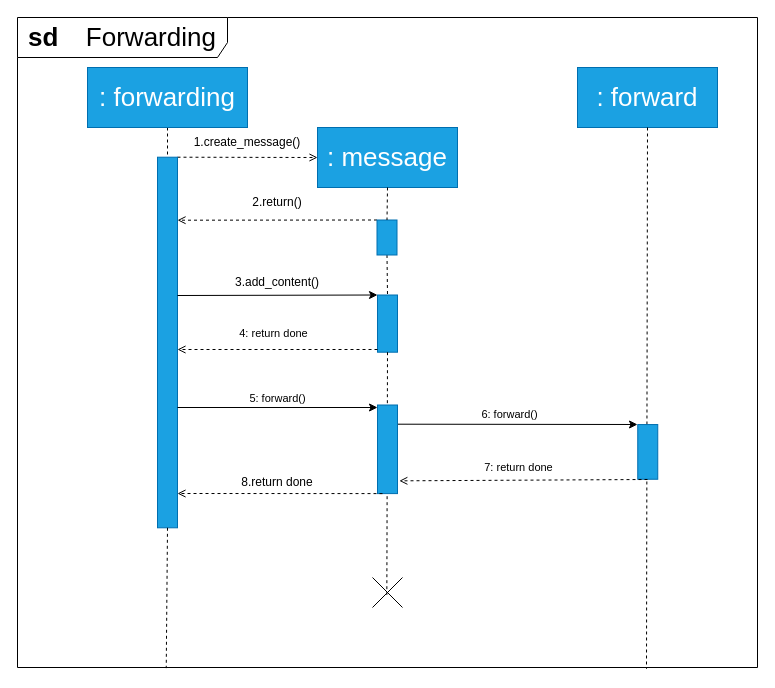
Above: Documentation/Interaction Diagram/forwarding ID.drawio in Darrenchenn/Model-based-software-design (draw.io), before the change. Source tidied: cells renumbered, new cells numbered last; positions are measured from the earlier drawing's top-left corner, leaving out a move shared by most shapes. Both pictures are drawn from the tidied source at 100%, with x=0, y=0 at pixel (-18, 17).
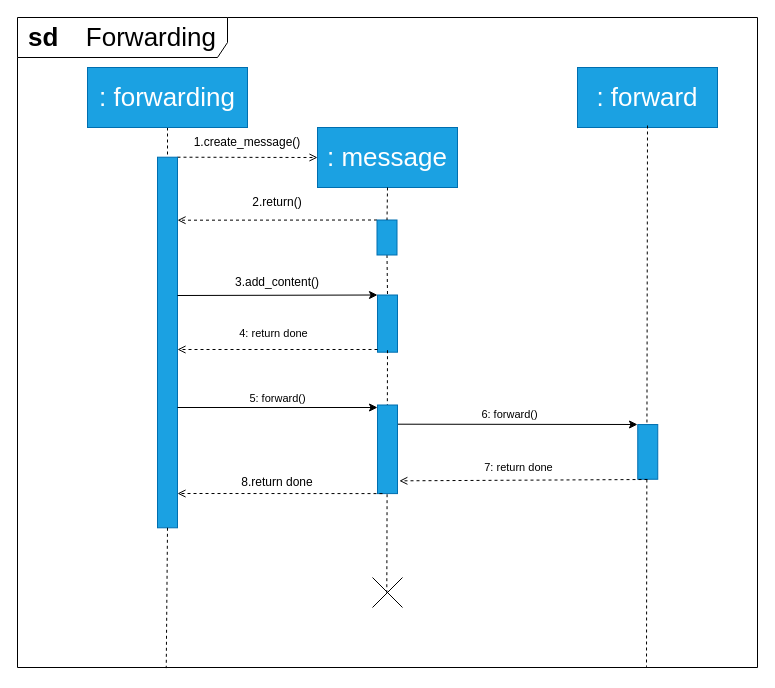
The same diagram, later.

Commit message (it also covers changes not shown here):
upload interaction diagram pdf version

Unchanged cells that the change refers to:
```xml
<mxCell id="2" value="&lt;font style=&quot;font-size: 26px;&quot;&gt;&lt;b style=&quot;&quot;&gt;sd&lt;/b&gt;&amp;nbsp;&lt;span style=&quot;white-space: pre;&quot;&gt;&#9;&lt;/span&gt;Forwarding&lt;/font&gt;" style="shape=umlFrame;whiteSpace=wrap;html=1;width=210;fillColor=none;fontColor=#000000;strokeColor=#000000;height=40;" parent="1" vertex="1">
  <mxGeometry x="35" width="740" height="650" as="geometry" />
</mxCell>
<mxCell id="7" value=": forward" style="rounded=0;whiteSpace=wrap;html=1;fillColor=#1ba1e2;fontColor=#ffffff;strokeColor=#006EAF;fontSize=26;" parent="2" vertex="1">
  <mxGeometry x="560" y="50" width="140" height="60" as="geometry" />
</mxCell>
<mxCell id="10" style="rounded=0;whiteSpace=wrap;html=1;rotation=90;fillColor=#1ba1e2;fontColor=#ffffff;strokeColor=#006EAF;" parent="2" vertex="1">
  <mxGeometry x="341.4" y="296.1" width="57.2" height="20" as="geometry" />
</mxCell>
<mxCell id="14" style="shape=umlDestroy;html=1;" parent="2" vertex="1">
  <mxGeometry x="355" y="560" width="30" height="30" as="geometry" />
</mxCell>
```

The edit, as a diff of the source:
```diff
@@
-    <mxCell id="15" style="rounded=0;jettySize=auto;html=1;exitX=1;exitY=0.5;exitDx=0;exitDy=0;entryX=0.478;entryY=0.578;entryDx=0;entryDy=0;entryPerimeter=0;dashed=1;endArrow=none;endFill=0;" parent="2" edge="1" source="10" target="14">
-      <mxGeometry relative="1" as="geometry" />
+    <mxCell id="15" style="rounded=0;orthogonalLoop=1;jettySize=auto;html=1;exitX=1;exitY=0.5;exitDx=0;exitDy=0;entryX=0.478;entryY=0.578;entryDx=0;entryDy=0;entryPerimeter=0;dashed=1;endArrow=none;endFill=0;" parent="2" edge="1">
+      <mxGeometry relative="1" as="geometry">
+        <mxPoint x="370" y="332.7" as="sourcePoint" />
+        <mxPoint x="369.3" y="575.3" as="targetPoint" />
+      </mxGeometry>
     </mxCell>
@@
-    <mxCell id="24" style="rounded=0;jettySize=auto;html=1;exitX=0.5;exitY=1;exitDx=0;exitDy=0;endArrow=none;endFill=0;dashed=1;entryX=0.85;entryY=1.002;entryDx=0;entryDy=0;entryPerimeter=0;" parent="2" edge="1" source="7" target="2">
-      <mxGeometry relative="1" as="geometry" />
+    <mxCell id="24" style="rounded=0;orthogonalLoop=1;jettySize=auto;html=1;exitX=0.5;exitY=1;exitDx=0;exitDy=0;endArrow=none;endFill=0;dashed=1;entryX=0.85;entryY=1.002;entryDx=0;entryDy=0;entryPerimeter=0;" parent="2" edge="1">
+      <mxGeometry relative="1" as="geometry">
+        <mxPoint x="630" y="108" as="sourcePoint" />
+        <mxPoint x="629" y="649.3" as="targetPoint" />
+      </mxGeometry>
     </mxCell>
```
